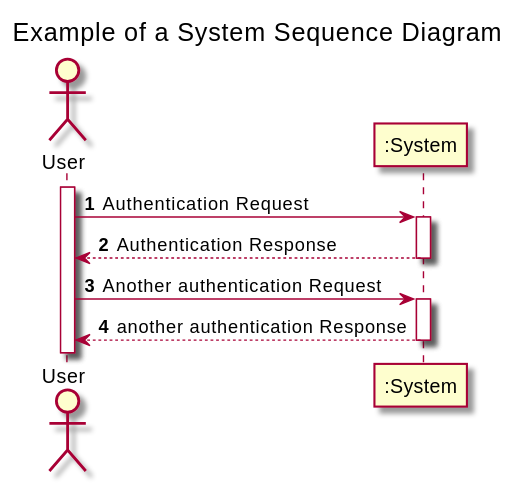
Above: docs/Sprint2/US018/US18-SSD.svg in nunogon1211787/projectManagement (PlantUML), before the change. Source of this version:
```plantuml
@startuml

title Example of a System Sequence Diagram

autoactivate on
autonumber

actor "User" as User
participant ":System" as System

activate User

User -> System: Authentication Request
System --> User: Authentication Response

User -> System: Another authentication Request
User <-- System: another authentication Response
@enduml
```
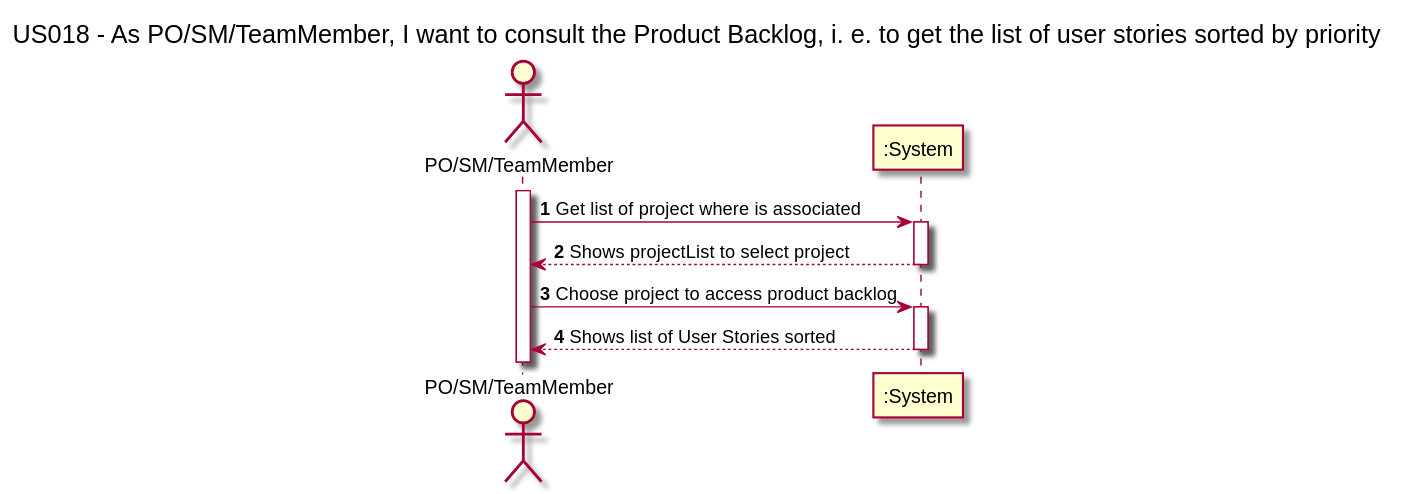
After the change.

Diff of the diagram source:
```diff
@@ -1,18 +1,18 @@
 @startuml
 
-title Example of a System Sequence Diagram
+title US018 - As PO/SM/TeamMember, I want to consult the Product Backlog, i. e. to get the list of user stories sorted by priority
 
 autoactivate on
 autonumber
 
-actor "User" as User
+actor "PO/SM/TeamMember" as User
 participant ":System" as System
 
 activate User
 
-User -> System: Authentication Request
-System --> User: Authentication Response
+User -> System: Get list of project where is associated
+System --> User: Shows projectList to select project
 
-User -> System: Another authentication Request
-User <-- System: another authentication Response
+User -> System: Choose project to access product backlog
+User <-- System: Shows list of User Stories sorted
 @enduml
```
